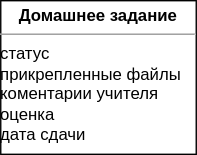
This is homework_2/diagrams/scheduler_domain_model.svg from ralex29/otus_software_architect_2022_09, a draw.io export, as it was before one commit. Source tidied: cells renumbered, new cells last; positions are measured from the earlier drawing's top-left corner, leaving out a move shared by most shapes.
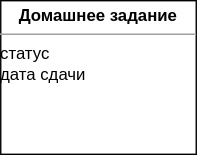
Above is the later version.

Diff of the diagram source:
```diff
@@ -2,7 +2,7 @@
   <root>
     <mxCell id="0" />
     <mxCell id="1" parent="0" />
-    <mxCell id="2" value="&lt;p style=&quot;margin:0px;margin-top:4px;text-align:center;&quot;&gt;&lt;b&gt;Домашнее задание&lt;/b&gt;&lt;/p&gt;&lt;hr size=&quot;1&quot;&gt;статус&lt;br&gt;прикрепленные файлы&lt;br&gt;&lt;span style=&quot;background-color: initial;&quot;&gt;коментарии учителя&lt;br&gt;&lt;/span&gt;&lt;span style=&quot;background-color: initial;&quot;&gt;оценка&lt;br&gt;&lt;/span&gt;&lt;span style=&quot;background-color: initial;&quot;&gt;дата сдачи&lt;br&gt;&lt;/span&gt;" style="verticalAlign=top;align=left;overflow=fill;fontSize=12;fontFamily=Helvetica;html=1;" parent="1" vertex="1">
+    <mxCell id="2" value="&lt;p style=&quot;margin:0px;margin-top:4px;text-align:center;&quot;&gt;&lt;b&gt;Домашнее задание&lt;/b&gt;&lt;/p&gt;&lt;hr size=&quot;1&quot;&gt;статус&lt;span style=&quot;background-color: initial;&quot;&gt;&lt;br&gt;&lt;/span&gt;&lt;span style=&quot;background-color: initial;&quot;&gt;дата сдачи&lt;br&gt;&lt;/span&gt;" style="verticalAlign=top;align=left;overflow=fill;fontSize=12;fontFamily=Helvetica;html=1;" parent="1" vertex="1">
       <mxGeometry width="140" height="110" as="geometry" />
     </mxCell>
   </root>
```
